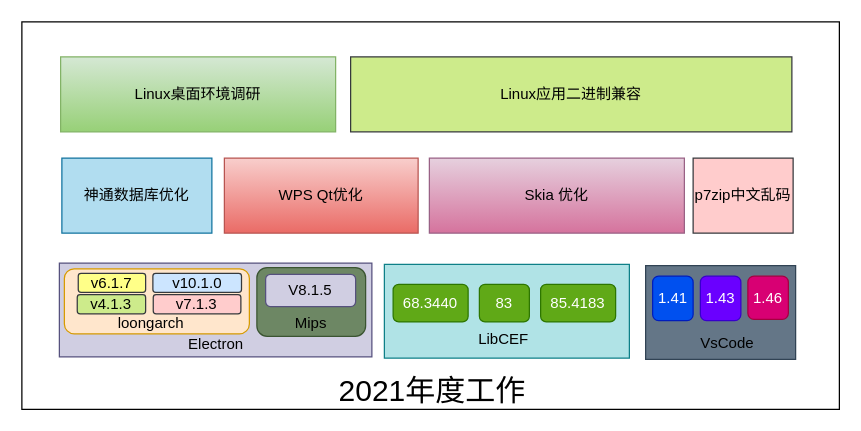
Doorer/draw.io-1 keeps this draw.io diagram as 年度工作.drawio. Above is the earlier version. Source tidied: cells renumbered, new cells numbered last; positions are measured from the earlier drawing's top-left corner, leaving out a move shared by most shapes. Both pictures are drawn from the tidied source at 125%, with x=0, y=0 at pixel (21, 21).
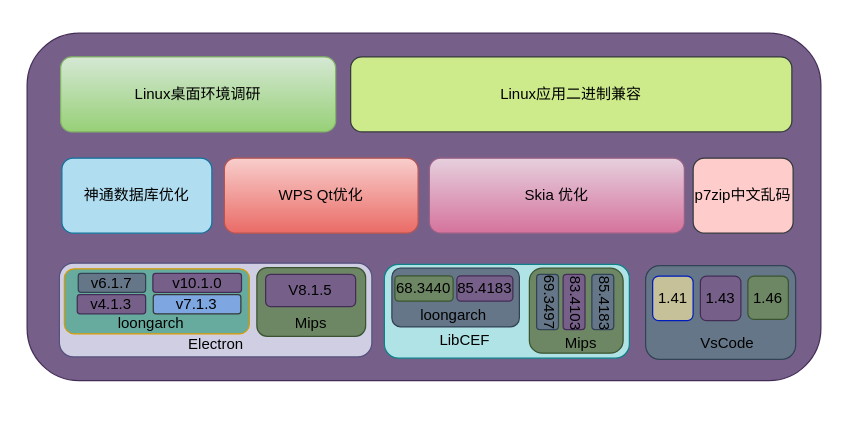
After the change.

Commit message:
更新年度工作.drawio

Change to the diagram source:
```diff
@@
-    <mxCell id="2" style="rounded=0;whiteSpace=wrap;html=1;" parent="1" vertex="1">
-      <mxGeometry width="654" height="310" as="geometry" />
+    <mxCell id="2" style="rounded=1;whiteSpace=wrap;html=1;fillColor=#76608a;fontColor=#ffffff;strokeColor=#432D57;" parent="1" vertex="1">
+      <mxGeometry x="4.2" y="9" width="635" height="278" as="geometry" />
     </mxCell>
-    <mxCell id="3" value="神通数据库优化" style="rounded=0;whiteSpace=wrap;html=1;fillColor=#b1ddf0;strokeColor=#10739e;" parent="1" vertex="1">
+    <mxCell id="3" value="神通数据库优化" style="rounded=1;whiteSpace=wrap;html=1;fillColor=#b1ddf0;strokeColor=#10739e;" parent="1" vertex="1">
       <mxGeometry x="32" y="109" width="120" height="60" as="geometry" />
     </mxCell>
-    <mxCell id="4" value="WPS Qt优化" style="rounded=0;whiteSpace=wrap;html=1;fillColor=#f8cecc;strokeColor=#b85450;gradientColor=#ea6b66;" parent="1" vertex="1">
+    <mxCell id="4" value="WPS Qt优化" style="rounded=1;whiteSpace=wrap;html=1;fillColor=#f8cecc;strokeColor=#b85450;gradientColor=#ea6b66;" parent="1" vertex="1">
       <mxGeometry x="162" y="109" width="155" height="60" as="geometry" />
     </mxCell>
-    <mxCell id="5" value="Skia 优化" style="rounded=0;whiteSpace=wrap;html=1;fillColor=#e6d0de;gradientColor=#d5739d;strokeColor=#996185;" parent="1" vertex="1">
+    <mxCell id="5" value="Skia 优化" style="rounded=1;whiteSpace=wrap;html=1;fillColor=#e6d0de;gradientColor=#d5739d;strokeColor=#996185;" parent="1" vertex="1">
       <mxGeometry x="326" y="109" width="204" height="60" as="geometry" />
     </mxCell>
-    <mxCell id="6" value="Linux桌面环境调研" style="rounded=0;whiteSpace=wrap;html=1;fillColor=#d5e8d4;gradientColor=#97d077;strokeColor=#82b366;" parent="1" vertex="1">
+    <mxCell id="6" value="Linux桌面环境调研" style="rounded=1;whiteSpace=wrap;html=1;fillColor=#d5e8d4;gradientColor=#97d077;strokeColor=#82b366;" parent="1" vertex="1">
       <mxGeometry x="31" y="28" width="220" height="60" as="geometry" />
     </mxCell>
-    <mxCell id="7" value="p7zip中文乱码" style="rounded=0;whiteSpace=wrap;html=1;fillColor=#ffcccc;strokeColor=#36393d;" parent="1" vertex="1">
+    <mxCell id="7" value="p7zip中文乱码" style="rounded=1;whiteSpace=wrap;html=1;fillColor=#ffcccc;strokeColor=#36393d;" parent="1" vertex="1">
       <mxGeometry x="537" y="109" width="80" height="60" as="geometry" />
     </mxCell>
-    <mxCell id="8" value="Linux应用二进制兼容" style="rounded=0;whiteSpace=wrap;html=1;fillColor=#cdeb8b;strokeColor=#36393d;" parent="1" vertex="1">
+    <mxCell id="8" value="Linux应用二进制兼容" style="rounded=1;whiteSpace=wrap;html=1;fillColor=#cdeb8b;strokeColor=#36393d;" parent="1" vertex="1">
       <mxGeometry x="263" y="28" width="353" height="60" as="geometry" />
     </mxCell>
-    <mxCell id="9" style="rounded=0;whiteSpace=wrap;html=1;fillColor=#b0e3e6;strokeColor=#0e8088;" parent="1" vertex="1">
+    <mxCell id="9" style="rounded=1;whiteSpace=wrap;html=1;fillColor=#b0e3e6;strokeColor=#0e8088;" parent="1" vertex="1">
       <mxGeometry x="290" y="194" width="196" height="75" as="geometry" />
     </mxCell>
+    <mxCell id="13" value="LibCEF" style="text;html=1;align=center;verticalAlign=middle;fillColor=none;strokeColor=none;rounded=1;" parent="1" vertex="1">
+      <mxGeometry x="324" y="245" width="60" height="20" as="geometry" />
+    </mxCell>
+    <mxCell id="35" style="rounded=1;whiteSpace=wrap;html=1;fillColor=#647687;fontColor=#ffffff;strokeColor=#314354;" parent="1" vertex="1">
+      <mxGeometry x="296" y="197" width="102" height="47" as="geometry" />
+    </mxCell>
+    <mxCell id="12" value="&lt;font color=&quot;#000000&quot;&gt;85.4183&lt;/font&gt;" style="rounded=1;whiteSpace=wrap;html=1;fillColor=#76608a;strokeColor=#432D57;fontColor=#ffffff;" parent="1" vertex="1">
+      <mxGeometry x="348" y="203.2" width="44.8" height="20.2" as="geometry" />
+    </mxCell>
-    <mxCell id="10" value="68.3440" style="rounded=1;whiteSpace=wrap;html=1;fillColor=#60a917;strokeColor=#2D7600;fontColor=#ffffff;" parent="1" vertex="1">
-      <mxGeometry x="297" y="210" width="60" height="30" as="geometry" />
+    <mxCell id="10" value="&lt;font color=&quot;#000000&quot;&gt;68.3440&lt;/font&gt;" style="rounded=1;whiteSpace=wrap;html=1;fillColor=#6d8764;strokeColor=#3A5431;fontColor=#ffffff;" parent="1" vertex="1">
+      <mxGeometry x="298.4" y="203.2" width="46.6" height="20.2" as="geometry" />
     </mxCell>
-    <mxCell id="11" value="83" style="rounded=1;whiteSpace=wrap;html=1;fillColor=#60a917;strokeColor=#2D7600;fontColor=#ffffff;" parent="1" vertex="1">
-      <mxGeometry x="366" y="210" width="40" height="30" as="geometry" />
-    </mxCell>
-    <mxCell id="12" value="85.4183" style="rounded=1;whiteSpace=wrap;html=1;fillColor=#60a917;strokeColor=#2D7600;fontColor=#ffffff;" parent="1" vertex="1">
-      <mxGeometry x="415" y="210" width="60" height="30" as="geometry" />
-    </mxCell>
-    <mxCell id="13" value="LibCEF" style="text;html=1;align=center;verticalAlign=middle;fillColor=none;strokeColor=none;rounded=0;" parent="1" vertex="1">
-      <mxGeometry x="355" y="244" width="60" height="20" as="geometry" />
-    </mxCell>
-    <mxCell id="14" value="&lt;font style=&quot;font-size: 24px&quot;&gt;2021年度工作&lt;/font&gt;" style="text;html=1;align=center;verticalAlign=middle;fillColor=none;strokeColor=none;rounded=0;fontColor=#000000;" parent="1" vertex="1">
-      <mxGeometry x="248" y="285" width="159" height="22" as="geometry" />
-    </mxCell>
-    <mxCell id="15" style="group;" parent="1" vertex="1">
-      <mxGeometry x="30" y="193" width="250" height="75" as="geometry" />
-    </mxCell>
+    <mxCell id="36" value="loongarch" style="text;html=1;align=center;verticalAlign=middle;fillColor=none;strokeColor=none;rounded=0;rotation=0;" parent="1" vertex="1">
+      <mxGeometry x="313" y="226" width="63" height="18" as="geometry" />
+    </mxCell>
+    <mxCell id="37" style="rounded=1;whiteSpace=wrap;html=1;fontColor=#ffffff;fillColor=#6d8764;strokeColor=#3A5431;" parent="1" vertex="1">
+      <mxGeometry x="406" y="197" width="75" height="68" as="geometry" />
+    </mxCell>
+    <mxCell id="38" value="Mips" style="text;html=1;align=center;verticalAlign=middle;fillColor=none;strokeColor=none;rounded=0;fontColor=#000000;" parent="1" vertex="1">
+      <mxGeometry x="429.3" y="248.2" width="35" height="18" as="geometry" />
+    </mxCell>
+    <mxCell id="39" style="rounded=1;whiteSpace=wrap;html=1;fontColor=#ffffff;fillColor=#76608a;strokeColor=#432D57;direction=north;" parent="1" vertex="1">
+      <mxGeometry x="433" y="201.9" width="17.5" height="44.2" as="geometry" />
+    </mxCell>
+    <mxCell id="40" value="83.4103" style="text;html=1;align=center;verticalAlign=middle;fillColor=none;strokeColor=none;rounded=0;fontColor=#000000;rotation=90;" parent="1" vertex="1">
+      <mxGeometry x="416.7" y="216" width="53" height="18" as="geometry" />
+    </mxCell>
+    <mxCell id="41" style="rounded=1;whiteSpace=wrap;html=1;fontColor=#ffffff;fillColor=#647687;strokeColor=#314354;direction=north;" parent="1" vertex="1">
+      <mxGeometry x="456" y="201.9" width="17.5" height="44.2" as="geometry" />
+    </mxCell>
+    <mxCell id="42" value="85.4183" style="text;html=1;align=center;verticalAlign=middle;fillColor=none;strokeColor=none;rounded=0;fontColor=#000000;rotation=90;" parent="1" vertex="1">
+      <mxGeometry x="439.7" y="216" width="53" height="18" as="geometry" />
+    </mxCell>
-    <mxCell id="16" style="rounded=0;whiteSpace=wrap;html=1;fillColor=#d0cee2;strokeColor=#56517e;" parent="15" vertex="1">
-      <mxGeometry width="250" height="75" as="geometry" />
+    <mxCell id="16" style="rounded=1;whiteSpace=wrap;html=1;fillColor=#d0cee2;strokeColor=#56517e;" parent="1" vertex="1">
+      <mxGeometry x="30" y="193" width="250" height="75" as="geometry" />
     </mxCell>
-    <mxCell id="17" value="Electron" style="text;html=1;align=center;verticalAlign=middle;fillColor=none;strokeColor=none;rounded=0;" parent="15" vertex="1">
-      <mxGeometry x="95" y="55" width="60" height="20" as="geometry" />
+    <mxCell id="17" value="Electron" style="text;html=1;align=center;verticalAlign=middle;fillColor=none;strokeColor=none;rounded=1;" parent="1" vertex="1">
+      <mxGeometry x="125" y="248" width="60" height="20" as="geometry" />
     </mxCell>
-    <mxCell id="18" style="group;" parent="15" vertex="1">
-      <mxGeometry x="4" y="4.5" width="148" height="52.8" as="geometry" />
-    </mxCell>
-    <mxCell id="19" style="rounded=1;whiteSpace=wrap;html=1;fontSize=24;fillColor=#ffe6cc;strokeColor=#d79b00;" parent="18" vertex="1">
-      <mxGeometry width="148" height="52" as="geometry" />
+    <mxCell id="19" style="rounded=1;whiteSpace=wrap;html=1;fontSize=24;fillColor=#67AB9F;strokeColor=#d79b00;" parent="1" vertex="1">
+      <mxGeometry x="34" y="197.5" width="148" height="52" as="geometry" />
     </mxCell>
-    <mxCell id="20" value="v6.1.7" style="rounded=1;whiteSpace=wrap;html=1;fillColor=#ffff88;strokeColor=#36393d;" parent="18" vertex="1">
-      <mxGeometry x="11.1" y="3.6" width="53.9" height="15.3" as="geometry" />
+    <mxCell id="20" value="&lt;font color=&quot;#000000&quot;&gt;v6.1.7&lt;/font&gt;" style="rounded=1;whiteSpace=wrap;html=1;fillColor=#647687;strokeColor=#314354;fontColor=#ffffff;" parent="1" vertex="1">
+      <mxGeometry x="45.1" y="201.1" width="53.9" height="15.3" as="geometry" />
     </mxCell>
-    <mxCell id="21" value="v10.1.0" style="rounded=1;whiteSpace=wrap;html=1;fillColor=#cce5ff;strokeColor=#36393d;" parent="18" vertex="1">
-      <mxGeometry x="70.8" y="3.6" width="70.9" height="15.3" as="geometry" />
+    <mxCell id="21" value="&lt;font color=&quot;#000000&quot;&gt;v10.1.0&lt;/font&gt;" style="rounded=1;whiteSpace=wrap;html=1;fillColor=#76608a;strokeColor=#432D57;fontColor=#ffffff;" parent="1" vertex="1">
+      <mxGeometry x="104.8" y="201.1" width="70.9" height="15.3" as="geometry" />
     </mxCell>
-    <mxCell id="22" value="v4.1.3" style="rounded=1;whiteSpace=wrap;html=1;fillColor=#cdeb8b;strokeColor=#36393d;" parent="18" vertex="1">
-      <mxGeometry x="10.3" y="20.7" width="54.7" height="15.3" as="geometry" />
+    <mxCell id="22" value="&lt;font color=&quot;#000000&quot;&gt;v4.1.3&lt;/font&gt;" style="rounded=1;whiteSpace=wrap;html=1;fillColor=#76608a;strokeColor=#432D57;fontColor=#ffffff;" parent="1" vertex="1">
+      <mxGeometry x="44.3" y="218.2" width="54.7" height="15.3" as="geometry" />
     </mxCell>
-    <mxCell id="23" value="v7.1.3" style="rounded=1;whiteSpace=wrap;html=1;fillColor=#ffcccc;strokeColor=#36393d;" parent="18" vertex="1">
-      <mxGeometry x="71.1" y="20.7" width="70.1" height="15.3" as="geometry" />
+    <mxCell id="23" value="v7.1.3" style="rounded=1;whiteSpace=wrap;html=1;fillColor=#7EA6E0;strokeColor=#36393d;" parent="1" vertex="1">
+      <mxGeometry x="105.1" y="218.2" width="70.1" height="15.3" as="geometry" />
     </mxCell>
-    <mxCell id="24" value="loongarch" style="text;html=1;align=center;verticalAlign=middle;fillColor=none;strokeColor=none;rounded=0;fontSize=12;fontColor=#000000;" parent="18" vertex="1">
-      <mxGeometry x="37.5" y="34.8" width="63" height="18" as="geometry" />
+    <mxCell id="24" value="loongarch" style="text;html=1;align=center;verticalAlign=middle;fillColor=none;strokeColor=none;rounded=1;fontSize=12;fontColor=#000000;" parent="1" vertex="1">
+      <mxGeometry x="71.5" y="232.3" width="63" height="18" as="geometry" />
     </mxCell>
-    <mxCell id="25" style="group;" parent="15" vertex="1">
-      <mxGeometry x="158" y="3.5" width="87" height="55" as="geometry" />
-    </mxCell>
-    <mxCell id="26" style="rounded=1;whiteSpace=wrap;html=1;fontSize=12;fontColor=#ffffff;fillColor=#6d8764;strokeColor=#3A5431;" parent="25" vertex="1">
-      <mxGeometry width="87" height="55" as="geometry" />
-    </mxCell>
-    <mxCell id="27" value="V8.1.5" style="rounded=1;whiteSpace=wrap;html=1;fontSize=12;fillColor=#d0cee2;strokeColor=#56517e;" parent="25" vertex="1">
-      <mxGeometry x="7" y="5.5" width="72" height="25.7" as="geometry" />
-    </mxCell>
-    <mxCell id="28" value="Mips" style="text;html=1;align=center;verticalAlign=middle;fillColor=none;strokeColor=none;rounded=0;fontSize=12;fontColor=#000000;" parent="25" vertex="1">
-      <mxGeometry x="25.5" y="35.8" width="35" height="18" as="geometry" />
-    </mxCell>
-    <mxCell id="29" style="group;" parent="1" vertex="1">
-      <mxGeometry x="499" y="195" width="120" height="75" as="geometry" />
-    </mxCell>
+    <mxCell id="43" style="rounded=1;whiteSpace=wrap;html=1;fontColor=#ffffff;fillColor=#647687;strokeColor=#314354;direction=north;" parent="1" vertex="1">
+      <mxGeometry x="411.8" y="201.9" width="17.5" height="44.2" as="geometry" />
+    </mxCell>
+    <mxCell id="44" value="69.3497" style="text;html=1;align=center;verticalAlign=middle;fillColor=none;strokeColor=none;rounded=0;fontColor=#000000;rotation=90;" parent="1" vertex="1">
+      <mxGeometry x="395.5" y="215" width="53" height="18" as="geometry" />
+    </mxCell>
-    <mxCell id="30" style="rounded=0;whiteSpace=wrap;html=1;fillColor=#647687;strokeColor=#314354;fontColor=#ffffff;" parent="29" vertex="1">
-      <mxGeometry width="120" height="75" as="geometry" />
+    <mxCell id="30" style="rounded=1;whiteSpace=wrap;html=1;fillColor=#647687;strokeColor=#314354;fontColor=#ffffff;" parent="1" vertex="1">
+      <mxGeometry x="499" y="195" width="120" height="75" as="geometry" />
     </mxCell>
-    <mxCell id="31" value="VsCode" style="text;html=1;align=center;verticalAlign=middle;fillColor=none;strokeColor=none;rounded=0;fontColor=#000000;" parent="29" vertex="1">
-      <mxGeometry x="38" y="53" width="53" height="18" as="geometry" />
+    <mxCell id="31" value="VsCode" style="text;html=1;align=center;verticalAlign=middle;fillColor=none;strokeColor=none;rounded=1;fontColor=#000000;" parent="1" vertex="1">
+      <mxGeometry x="537" y="248" width="53" height="18" as="geometry" />
     </mxCell>
-    <mxCell id="32" value="1.43" style="rounded=1;whiteSpace=wrap;html=1;fontColor=#ffffff;fillColor=#6a00ff;strokeColor=#3700CC;" parent="29" vertex="1">
-      <mxGeometry x="43.8" y="8.4" width="32.4" height="35.6" as="geometry" />
+    <mxCell id="32" value="&lt;font color=&quot;#000000&quot;&gt;1.43&lt;/font&gt;" style="rounded=1;whiteSpace=wrap;html=1;fontColor=#ffffff;fillColor=#76608a;strokeColor=#432D57;" parent="1" vertex="1">
+      <mxGeometry x="542.8" y="203.4" width="32.4" height="35.6" as="geometry" />
     </mxCell>
-    <mxCell id="33" value="1.46" style="rounded=1;whiteSpace=wrap;html=1;fontColor=#ffffff;fillColor=#d80073;strokeColor=#A50040;" parent="29" vertex="1">
-      <mxGeometry x="81.8" y="8.4" width="32.4" height="34.6" as="geometry" />
+    <mxCell id="33" value="&lt;font color=&quot;#000000&quot;&gt;1.46&lt;/font&gt;" style="rounded=1;whiteSpace=wrap;html=1;fontColor=#ffffff;fillColor=#6d8764;strokeColor=#3A5431;" parent="1" vertex="1">
+      <mxGeometry x="580.8" y="203.4" width="32.4" height="34.6" as="geometry" />
     </mxCell>
-    <mxCell id="34" value="1.41" style="rounded=1;whiteSpace=wrap;html=1;fontColor=#ffffff;fillColor=#0050ef;strokeColor=#001DBC;" parent="29" vertex="1">
-      <mxGeometry x="5.6" y="8.4" width="32.4" height="35.6" as="geometry" />
+    <mxCell id="34" value="&lt;font color=&quot;#000000&quot;&gt;1.41&lt;/font&gt;" style="rounded=1;whiteSpace=wrap;html=1;fontColor=#ffffff;fillColor=#C7C199;strokeColor=#001DBC;" parent="1" vertex="1">
+      <mxGeometry x="504.6" y="203.4" width="32.4" height="35.6" as="geometry" />
     </mxCell>
+    <mxCell id="26" style="rounded=1;whiteSpace=wrap;html=1;fontSize=12;fontColor=#ffffff;fillColor=#6d8764;strokeColor=#3A5431;" parent="1" vertex="1">
+      <mxGeometry x="188" y="196.5" width="87" height="55" as="geometry" />
+    </mxCell>
+    <mxCell id="27" value="&lt;font color=&quot;#000000&quot;&gt;V8.1.5&lt;/font&gt;" style="rounded=1;whiteSpace=wrap;html=1;fontSize=12;fillColor=#76608a;strokeColor=#432D57;fontColor=#ffffff;" parent="1" vertex="1">
+      <mxGeometry x="195" y="202" width="72" height="25.7" as="geometry" />
+    </mxCell>
+    <mxCell id="28" value="Mips" style="text;html=1;align=center;verticalAlign=middle;fillColor=none;strokeColor=none;rounded=1;fontSize=12;fontColor=#000000;" parent="1" vertex="1">
+      <mxGeometry x="213.5" y="232.2" width="35" height="18" as="geometry" />
+    </mxCell>
```
